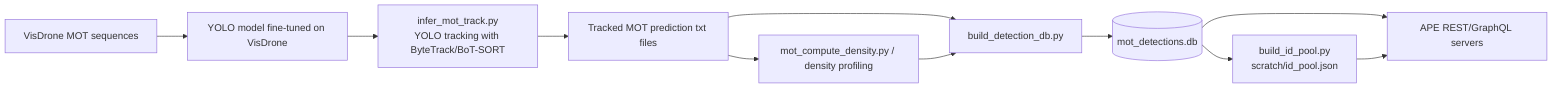
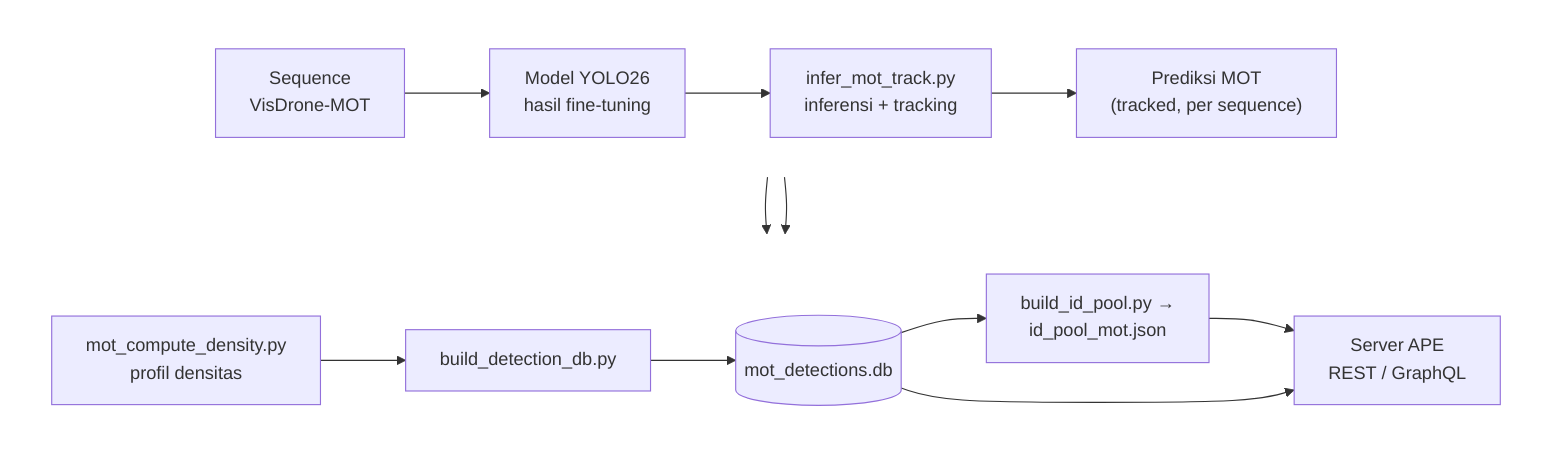
- %% Gambar III.3 - Pipeline persiapan data VisDrone-YOLO-SQLite
+ %% Gambar (Bab III) — Pipeline persiapan data VisDrone→YOLO→SQLite (layout v4b: dua baris)
%% Type: BPMN-style process/data pipeline.
- %% Reference basis: VisDrone literature, Ultralytics YOLO docs, ByteTrack paper, SQLite docs.
- flowchart LR
-     vis[VisDrone MOT sequences]
-     model[YOLO model fine-tuned on VisDrone]
-     track[infer_mot_track.py\nYOLO tracking with ByteTrack/BoT-SORT]
-     pred[Tracked MOT prediction txt files]
-     density[mot_compute_density.py / density profiling]
-     dbbuild[build_detection_db.py]
-     sqlite[(mot_detections.db)]
-     idpool[build_id_pool.py\nscratch/id_pool.json]
-     ape[APE REST/GraphQL servers]
- 
-     vis --> model --> track --> pred
+ %% Reference basis: VisDrone, Ultralytics YOLO, ByteTrack, SQLite.
+ flowchart TB
+     subgraph r1 [" "]
+         direction LR
+         vis["Sequence<br/>VisDrone-MOT"] --> model["Model YOLO26<br/>hasil fine-tuning"] --> track["infer_mot_track.py<br/>inferensi + tracking"] --> pred["Prediksi MOT<br/>(tracked, per sequence)"]
+     end
+     subgraph r2 [" "]
+         direction LR
+         density["mot_compute_density.py<br/>profil densitas"] --> dbbuild["build_detection_db.py"] --> sqlite[("mot_detections.db")] --> idpool["build_id_pool.py →<br/>id_pool_mot.json"] --> ape["Server APE<br/>REST / GraphQL"]
+     end
    pred --> density
    pred --> dbbuild
-     density --> dbbuild
-     dbbuild --> sqlite
-     sqlite --> idpool
    sqlite --> ape
-     idpool --> ape
- 
+     style r1 fill:none,stroke:none
+     style r2 fill:none,stroke:none
